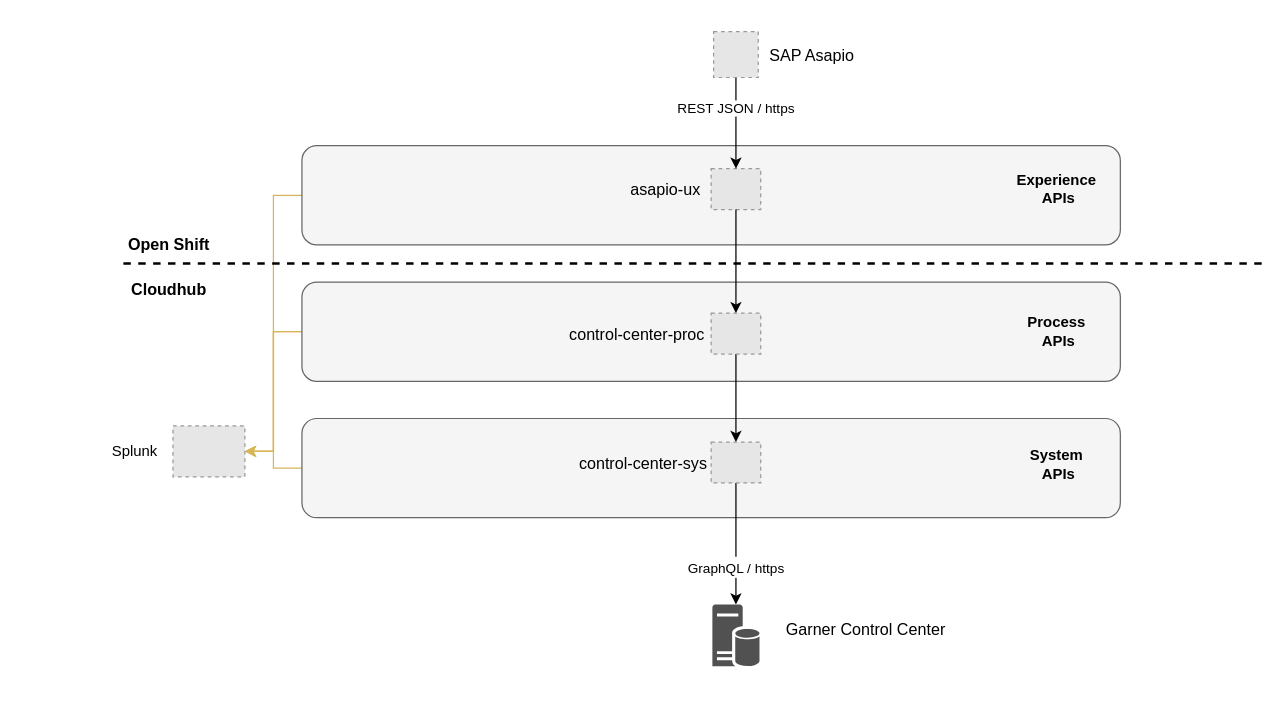
ahernandez1129/anypoint keeps this draw.io diagram as page "Control Center - API Led" (3 of 21) of Copy of eInvoicing API Led.drawio. Above is the earlier version. Source tidied: cells renumbered, new cells numbered last; positions are measured from the earlier drawing's top-left corner, leaving out a move shared by most shapes. Both pictures are drawn from the tidied source at 124%, with x=0, y=0 at pixel (103, 31). Pictures stored in the file or linked from it are replaced by grey dashed boxes.
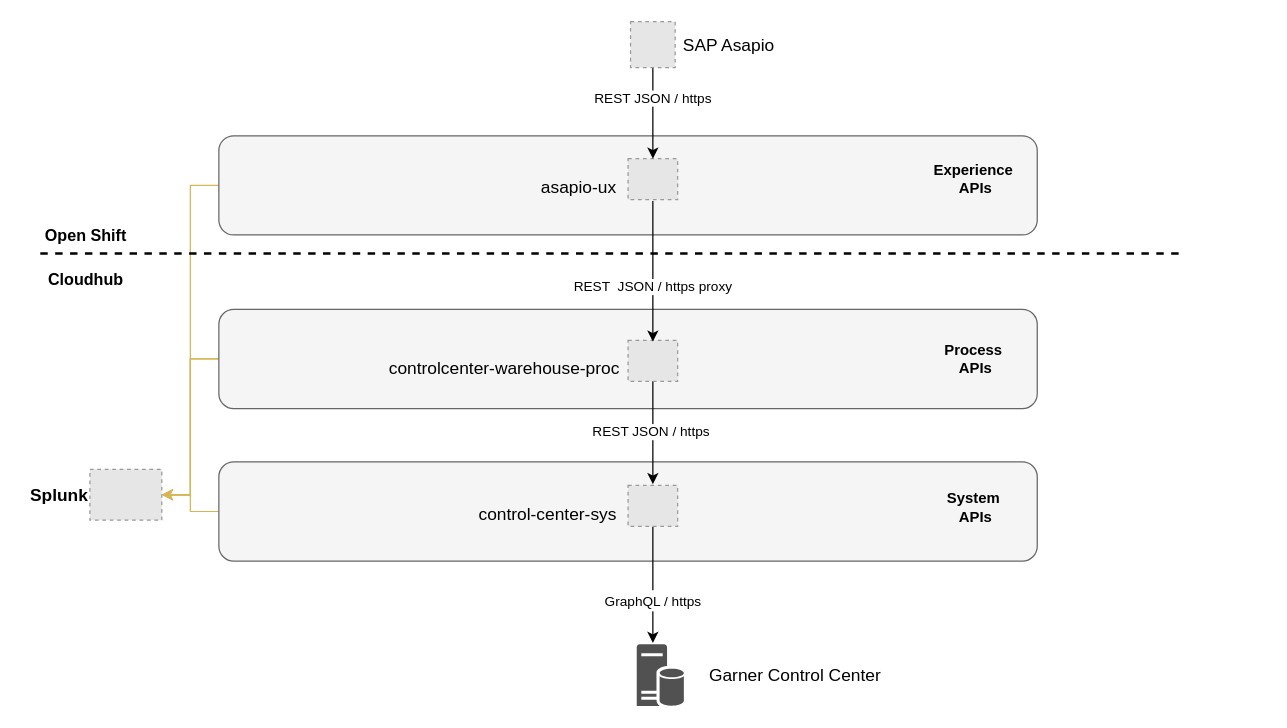
After the change.

Diff of the diagram source:
```diff
@@
     <mxCell id="3" style="rounded=1;whiteSpace=wrap;html=1;fillColor=#f5f5f5;strokeColor=#666666;fontColor=#333333;" parent="1" vertex="1">
-      <mxGeometry x="160" y="312" width="660" height="80" as="geometry" />
+      <mxGeometry x="93" y="347" width="660" height="80" as="geometry" />
     </mxCell>
@@
     <mxCell id="5" style="rounded=1;whiteSpace=wrap;html=1;fillColor=#f5f5f5;strokeColor=#666666;fontColor=#333333;" parent="1" vertex="1">
-      <mxGeometry x="160" y="92" width="660" height="80" as="geometry" />
+      <mxGeometry x="93" y="84" width="660" height="80" as="geometry" />
     </mxCell>
     <mxCell id="6" style="fillColor=#E6E6E6;strokeColor=#999999;dashed=1;verticalLabelPosition=bottom;verticalAlign=top;" parent="1" vertex="1">
-      <mxGeometry x="490" y="110.5" width="40" height="33" as="geometry" />
+      <mxGeometry x="423" y="102.5" width="40" height="33" as="geometry" />
     </mxCell>
@@
     <mxCell id="9" style="rounded=1;whiteSpace=wrap;html=1;fillColor=#f5f5f5;strokeColor=#666666;fontColor=#333333;" parent="1" vertex="1">
-      <mxGeometry x="160" y="202" width="660" height="80" as="geometry" />
+      <mxGeometry x="93" y="224" width="660" height="80" as="geometry" />
     </mxCell>
-    <mxCell id="10" style="edgeStyle=orthogonalEdgeStyle;rounded=0;jettySize=auto;html=1;exitX=0.5;exitY=1;exitDx=0;exitDy=0;entryX=0.5;entryY=0;entryDx=0;entryDy=0;" parent="1" edge="1" source="11" target="13">
-      <mxGeometry relative="1" as="geometry" />
+    <mxCell id="10" value="REST JSON / https&amp;nbsp;" style="edgeStyle=orthogonalEdgeStyle;rounded=0;orthogonalLoop=1;jettySize=auto;html=1;exitX=0.5;exitY=1;exitDx=0;exitDy=0;entryX=0.5;entryY=0;entryDx=0;entryDy=0;" parent="1" edge="1">
+      <mxGeometry relative="1" as="geometry">
+        <mxPoint x="443" y="281" as="sourcePoint" />
+        <mxPoint x="443" y="365" as="targetPoint" />
+      </mxGeometry>
     </mxCell>
     <mxCell id="11" style="fillColor=#E6E6E6;strokeColor=#999999;dashed=1;verticalLabelPosition=bottom;verticalAlign=top;" parent="1" vertex="1">
-      <mxGeometry x="490" y="227" width="40" height="33" as="geometry" />
+      <mxGeometry x="423" y="249" width="40" height="33" as="geometry" />
     </mxCell>
-    <mxCell id="12" value="&lt;font style=&quot;font-size: 11px&quot;&gt;GraphQL / https&lt;/font&gt;" style="edgeStyle=orthogonalEdgeStyle;rounded=0;jettySize=auto;html=1;exitX=0.5;exitY=1;exitDx=0;exitDy=0;entryX=0.5;entryY=0;entryDx=0;entryDy=0;entryPerimeter=0;strokeWidth=1;fontSize=14;" parent="1" edge="1" source="13" target="29">
-      <mxGeometry x="0.39" relative="1" as="geometry" />
+    <mxCell id="12" value="&lt;font style=&quot;font-size: 11px&quot;&gt;GraphQL / https&lt;/font&gt;" style="edgeStyle=orthogonalEdgeStyle;rounded=0;jettySize=auto;html=1;exitX=0.5;exitY=1;exitDx=0;exitDy=0;entryX=0.342;entryY=-0.02;entryDx=0;entryDy=0;entryPerimeter=0;strokeWidth=1;fontSize=14;" parent="1" edge="1" source="13" target="29">
+      <mxGeometry x="0.27" relative="1" as="geometry" />
     </mxCell>
     <mxCell id="13" style="fillColor=#E6E6E6;strokeColor=#999999;dashed=1;verticalLabelPosition=bottom;verticalAlign=top;" parent="1" vertex="1">
-      <mxGeometry x="490" y="331" width="40" height="33" as="geometry" />
+      <mxGeometry x="423" y="366" width="40" height="33" as="geometry" />
     </mxCell>
     <mxCell id="14" value="&lt;b&gt;Experience&amp;nbsp;&lt;br&gt;APIs&lt;/b&gt;" style="text;html=1;align=center;verticalAlign=middle;fillColor=none;strokeColor=none;rounded=0;" parent="1" vertex="1">
-      <mxGeometry x="730" y="112" width="80" height="30" as="geometry" />
+      <mxGeometry x="663" y="104" width="80" height="30" as="geometry" />
     </mxCell>
     <mxCell id="15" value="&lt;b&gt;Process&amp;nbsp;&lt;br&gt;APIs&lt;/b&gt;" style="text;html=1;align=center;verticalAlign=middle;fillColor=none;strokeColor=none;rounded=0;" parent="1" vertex="1">
-      <mxGeometry x="735" y="227" width="70" height="30" as="geometry" />
+      <mxGeometry x="668" y="249" width="70" height="30" as="geometry" />
     </mxCell>
     <mxCell id="16" value="&lt;b&gt;System&amp;nbsp;&lt;br&gt;APIs&lt;/b&gt;" style="text;html=1;align=center;verticalAlign=middle;fillColor=none;strokeColor=none;rounded=0;" parent="1" vertex="1">
-      <mxGeometry x="740" y="334" width="60" height="30" as="geometry" />
+      <mxGeometry x="673" y="369" width="60" height="30" as="geometry" />
     </mxCell>
@@
     <mxCell id="18" style="fillColor=#E6E6E6;strokeColor=#999999;dashed=1;verticalLabelPosition=bottom;labelBackgroundColor=#ffffff;verticalAlign=top;" parent="1" vertex="1">
-      <mxGeometry x="492" width="36" height="37" as="geometry" />
+      <mxGeometry x="425" y="-8" width="36" height="37" as="geometry" />
     </mxCell>
-    <mxCell id="19" value="asapio-ux" style="text;html=1;align=center;verticalAlign=middle;fillColor=none;strokeColor=none;rounded=0;fontSize=13;" parent="1" vertex="1">
-      <mxGeometry x="418" y="117" width="70" height="20" as="geometry" />
+    <mxCell id="19" value="asapio-ux" style="text;html=1;align=center;verticalAlign=middle;fillColor=none;strokeColor=none;rounded=0;fontSize=14;" parent="1" vertex="1">
+      <mxGeometry x="343" y="115.5" width="80" height="20" as="geometry" />
     </mxCell>
-    <mxCell id="20" value="control-center-proc" style="text;html=1;align=center;verticalAlign=middle;fillColor=none;strokeColor=none;rounded=0;fontSize=13;" parent="1" vertex="1">
-      <mxGeometry x="370" y="233.5" width="120" height="20" as="geometry" />
+    <mxCell id="20" value="controlcenter-warehouse-proc" style="text;html=1;align=center;verticalAlign=middle;fillColor=none;strokeColor=none;rounded=0;fontSize=14;" parent="1" vertex="1">
+      <mxGeometry x="223" y="262" width="200" height="20" as="geometry" />
     </mxCell>
-    <mxCell id="21" value="control-center-sys" style="text;html=1;align=center;verticalAlign=middle;fillColor=none;strokeColor=none;rounded=0;fontSize=13;" parent="1" vertex="1">
-      <mxGeometry x="375" y="337.5" width="120" height="20" as="geometry" />
+    <mxCell id="21" value="control-center-sys" style="text;html=1;align=center;verticalAlign=middle;fillColor=none;strokeColor=none;rounded=0;fontSize=14;" parent="1" vertex="1">
+      <mxGeometry x="293" y="379" width="130" height="20" as="geometry" />
     </mxCell>
     <mxCell id="22" style="fillColor=#E6E6E6;strokeColor=#999999;dashed=1;verticalLabelPosition=bottom;verticalAlign=top;" parent="1" vertex="1">
-      <mxGeometry x="56" y="318" width="58" height="41" as="geometry" />
+      <mxGeometry x="-11" y="353" width="58" height="41" as="geometry" />
     </mxCell>
-    <mxCell id="23" value="Splunk" style="text;html=1;align=center;verticalAlign=middle;fillColor=none;strokeColor=none;rounded=0;" parent="1" vertex="1">
-      <mxGeometry y="328.5" width="50" height="20" as="geometry" />
+    <mxCell id="23" value="Splunk" style="text;html=1;align=center;verticalAlign=middle;fillColor=none;strokeColor=none;rounded=0;fontSize=14;fontStyle=1;" parent="1" vertex="1">
+      <mxGeometry x="-66" y="363.5" width="60" height="20" as="geometry" />
     </mxCell>
-    <mxCell id="24" value="SAP Asapio" style="text;html=1;strokeColor=none;fillColor=none;align=center;verticalAlign=middle;whiteSpace=wrap;rounded=0;fontSize=13;" parent="1" vertex="1">
-      <mxGeometry x="528" y="8.5" width="87" height="20" as="geometry" />
+    <mxCell id="24" value="SAP Asapio" style="text;html=1;strokeColor=none;fillColor=none;align=center;verticalAlign=middle;whiteSpace=wrap;rounded=0;fontSize=14;" parent="1" vertex="1">
+      <mxGeometry x="461" y="0.5" width="87" height="20" as="geometry" />
     </mxCell>
-    <mxCell id="25" style="edgeStyle=orthogonalEdgeStyle;rounded=0;jettySize=auto;html=1;exitX=0.5;exitY=1;exitDx=0;exitDy=0;" parent="1" edge="1" source="6" target="11">
-      <mxGeometry relative="1" as="geometry" />
+    <mxCell id="25" value="REST&amp;nbsp; JSON / https proxy" style="edgeStyle=orthogonalEdgeStyle;rounded=0;orthogonalLoop=1;jettySize=auto;html=1;exitX=0.5;exitY=1;exitDx=0;exitDy=0;" parent="1" edge="1">
+      <mxGeometry x="0.19" relative="1" as="geometry">
+        <mxPoint x="443" y="136.5" as="sourcePoint" />
+        <mxPoint x="443" y="250" as="targetPoint" />
+        <mxPoint y="1" as="offset" />
+      </mxGeometry>
     </mxCell>
     <mxCell id="26" style="endArrow=none;dashed=1;html=1;strokeWidth=2;" parent="1" edge="1">
       <mxGeometry relative="1" as="geometry">
-        <mxPoint x="16" y="187" as="sourcePoint" />
-        <mxPoint x="936" y="187" as="targetPoint" />
+        <mxPoint x="-51" y="179" as="sourcePoint" />
+        <mxPoint x="869" y="179" as="targetPoint" />
       </mxGeometry>
     </mxCell>
     <mxCell id="27" value="Open Shift" style="text;html=1;strokeColor=none;fillColor=none;align=center;verticalAlign=middle;whiteSpace=wrap;rounded=0;fontStyle=1;fontSize=13;" parent="1" vertex="1">
-      <mxGeometry x="16" y="162" width="74" height="20" as="geometry" />
+      <mxGeometry x="-51" y="154" width="74" height="20" as="geometry" />
     </mxCell>
     <mxCell id="28" value="Cloudhub" style="text;html=1;strokeColor=none;fillColor=none;align=center;verticalAlign=middle;whiteSpace=wrap;rounded=0;fontStyle=1;fontSize=13;" parent="1" vertex="1">
-      <mxGeometry x="16" y="198" width="74" height="20" as="geometry" />
+      <mxGeometry x="-51" y="190" width="74" height="20" as="geometry" />
     </mxCell>
     <mxCell id="29" style="shadow=0;dashed=0;html=1;strokeColor=none;labelPosition=center;verticalLabelPosition=bottom;verticalAlign=top;align=center;fillColor=#515151;shape=mxgraph.mscae.enterprise.database_server;fontSize=14;" parent="1" vertex="1">
-      <mxGeometry x="491" y="462" width="38" height="50" as="geometry" />
+      <mxGeometry x="430" y="494" width="38" height="50" as="geometry" />
     </mxCell>
-    <mxCell id="30" value="Garner Control Center" style="text;html=1;strokeColor=none;fillColor=none;align=center;verticalAlign=middle;whiteSpace=wrap;rounded=0;fontSize=13;" parent="1" vertex="1">
-      <mxGeometry x="540" y="472" width="150" height="20" as="geometry" />
+    <mxCell id="30" value="Garner Control Center" style="text;html=1;strokeColor=none;fillColor=none;align=center;verticalAlign=middle;whiteSpace=wrap;rounded=0;fontSize=14;" parent="1" vertex="1">
+      <mxGeometry x="483" y="509" width="150" height="20" as="geometry" />
     </mxCell>
```
